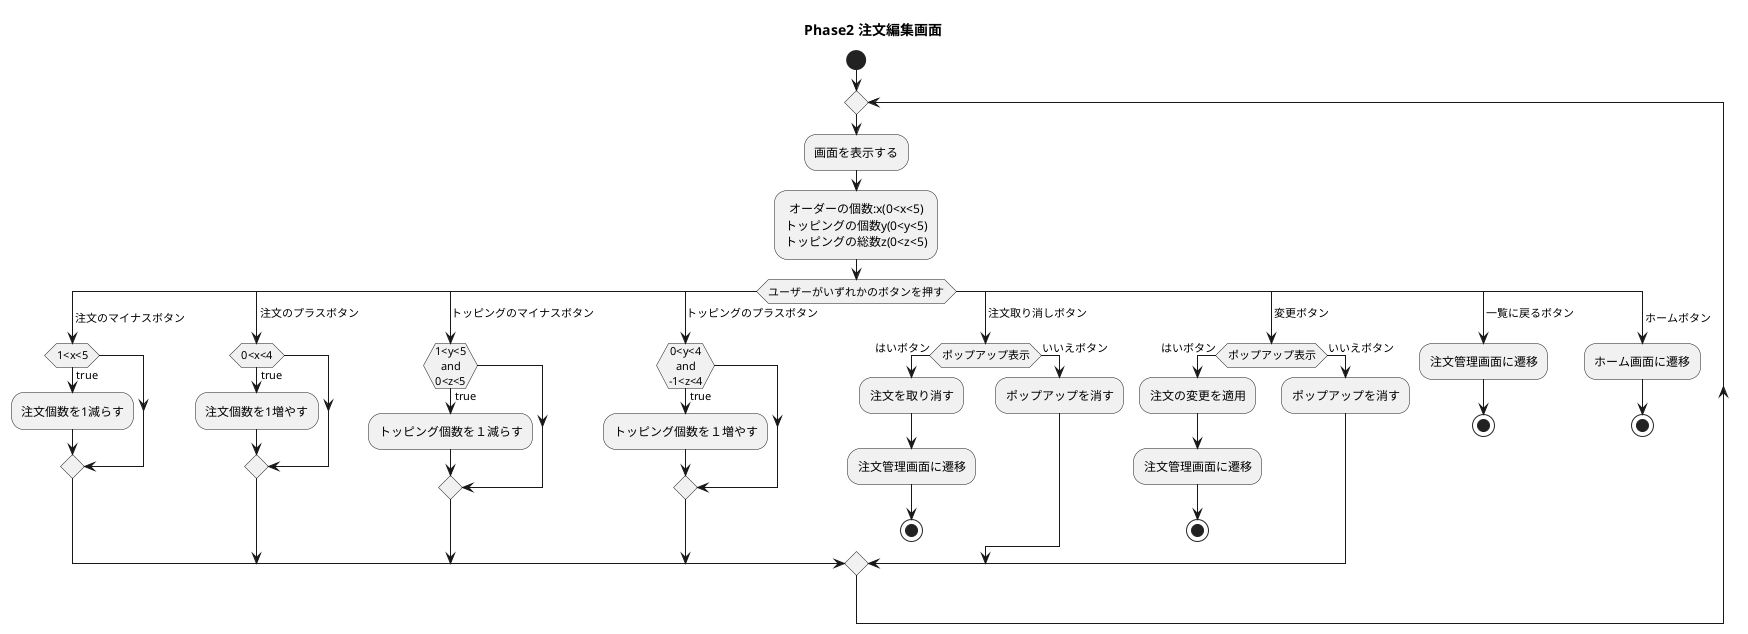
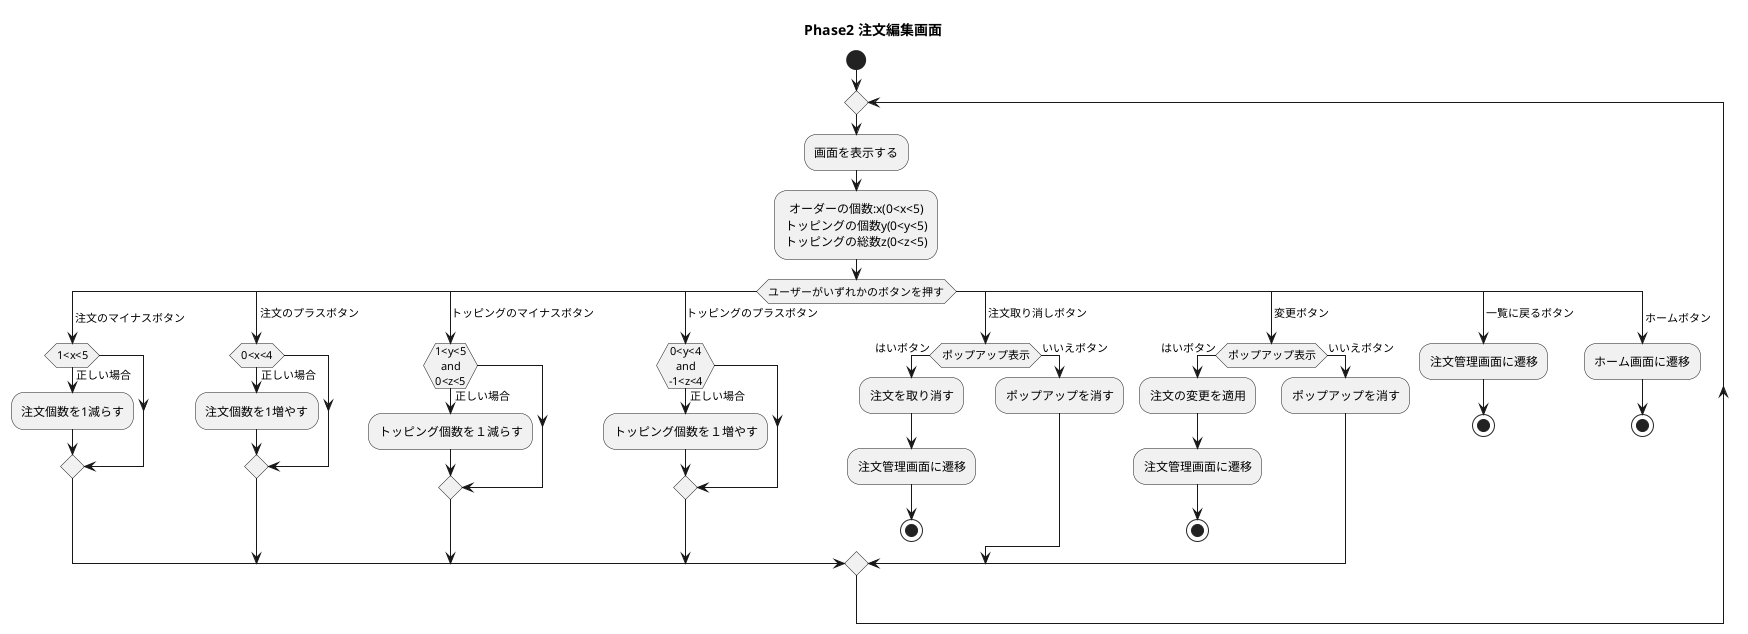
@startuml

title Phase2 注文編集画面
skinparam defaulttextalignment center

start
repeat
:画面を表示する;
:オーダーの個数:x(0<x<5)\nトッピングの個数y(0<y<5)\nトッピングの総数z(0<z<5);

switch (ユーザーがいずれかのボタンを押す)

case( 注文のマイナスボタン)
- if (1<x<5) then (true)
+ if (1<x<5) then (正しい場合)
:注文個数を1減らす;
endif

case( 注文のプラスボタン)
- if (0<x<4) then (true)
+ if (0<x<4) then (正しい場合)
:注文個数を1増やす;
endif

case(トッピングのマイナスボタン)
- if (1<y<5\nand\n0<z<5) then (true)
+ if (1<y<5\nand\n0<z<5) then (正しい場合)
:トッピング個数を１減らす;
end if

case(トッピングのプラスボタン)
- if (0<y<4\nand\n-1<z<4) then (true)
+ if (0<y<4\nand\n-1<z<4) then (正しい場合)
:トッピング個数を１増やす;
endif

case( 注文取り消しボタン)
if (ポップアップ表示) then (はいボタン)
:注文を取り消す;
:注文管理画面に遷移;
stop
else (いいえボタン)
:ポップアップを消す;
endif

case( 変更ボタン)

if (ポップアップ表示) then (はいボタン)
:注文の変更を適用;
:注文管理画面に遷移;
stop
else (いいえボタン)
:ポップアップを消す;
endif

case( 一覧に戻るボタン)
:注文管理画面に遷移;
stop

case( ホームボタン)
:ホーム画面に遷移;
stop

endswitch

@enduml